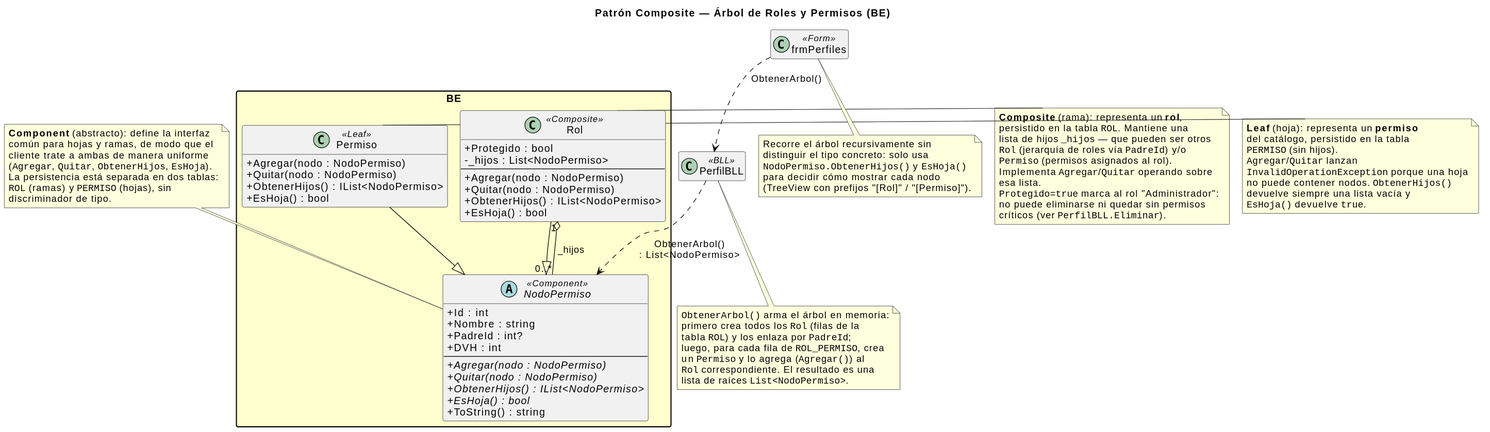
Above: DIAGRAMAS/DiagramaClases_Composite.svg in Jesifu/club-de-vinos-td (PlantUML), before the change.
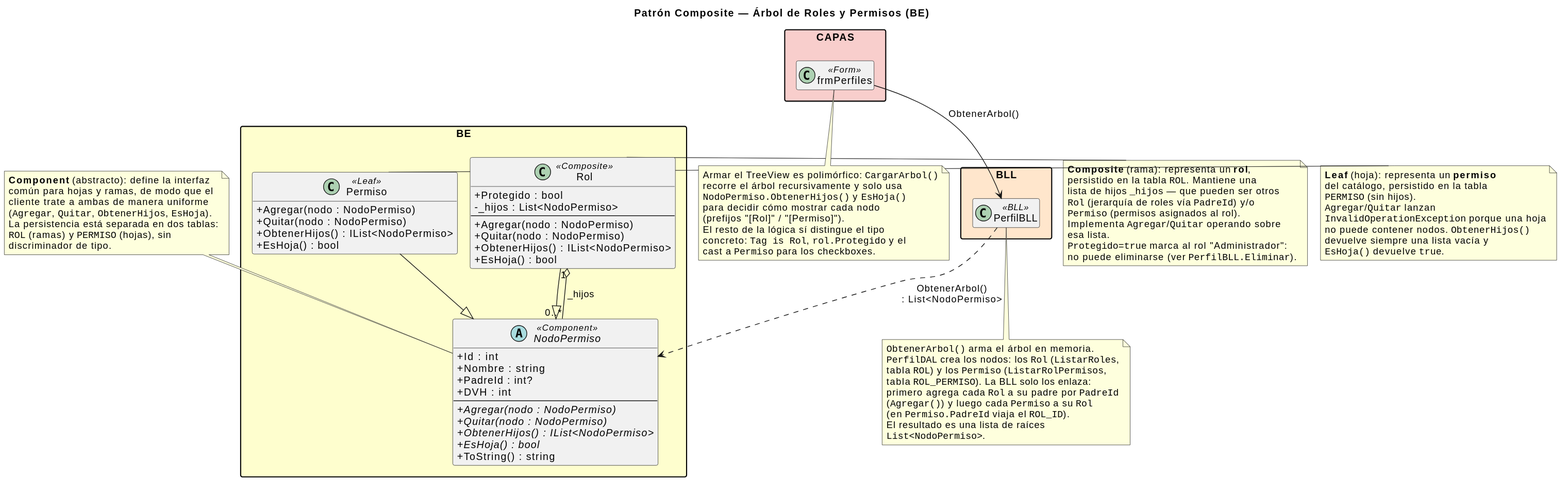
After the commit.

Change to the diagram source:
```diff
@@ -63,8 +63,7 @@
   Implementa ""Agregar""/""Quitar"" operando sobre
   esa lista.
   ""Protegido=true"" marca al rol "Administrador":
-  no puede eliminarse ni quedar sin permisos
-  críticos (ver ""PerfilBLL.Eliminar"").
+  no puede eliminarse (ver ""PerfilBLL.Eliminar"").
 end note
 
 note right of Permiso
@@ -79,27 +78,37 @@
 end note
 
 
-class PerfilBLL <<BLL>>
-class frmPerfiles <<Form>>
+package "BLL" #FFE6CC {
+  class PerfilBLL <<BLL>>
+}
+
+package "CAPAS" #F8CECC {
+  class frmPerfiles <<Form>>
+}
 
 PerfilBLL ..> NodoPermiso : ObtenerArbol()\n: List<NodoPermiso>
-frmPerfiles ..> PerfilBLL : ObtenerArbol()
+frmPerfiles --> PerfilBLL : ObtenerArbol()
 
 note bottom of PerfilBLL
-  ""ObtenerArbol()"" arma el árbol en memoria:
-  primero crea todos los ""Rol"" (filas de la
-  tabla ""ROL"") y los enlaza por ""PadreId"";
-  luego, para cada fila de ""ROL_PERMISO"", crea
-  un ""Permiso"" y lo agrega (""Agregar()"") al
-  ""Rol"" correspondiente. El resultado es una
-  lista de raíces ""List<NodoPermiso>"".
+  ""ObtenerArbol()"" arma el árbol en memoria.
+  ""PerfilDAL"" crea los nodos: los ""Rol"" (""ListarRoles"",
+  tabla ""ROL"") y los ""Permiso"" (""ListarRolPermisos"",
+  tabla ""ROL_PERMISO""). La BLL solo los enlaza:
+  primero agrega cada ""Rol"" a su padre por ""PadreId""
+  (""Agregar()"") y luego cada ""Permiso"" a su ""Rol""
+  (en ""Permiso.PadreId"" viaja el ""ROL_ID"").
+  El resultado es una lista de raíces
+  ""List<NodoPermiso>"".
 end note
 
 note bottom of frmPerfiles
-  Recorre el árbol recursivamente sin
-  distinguir el tipo concreto: solo usa
+  Armar el TreeView es polimórfico: ""CargarArbol()""
+  recorre el árbol recursivamente y solo usa
   ""NodoPermiso.ObtenerHijos()"" y ""EsHoja()""
   para decidir cómo mostrar cada nodo
-  (TreeView con prefijos "[Rol]" / "[Permiso]").
+  (prefijos "[Rol]" / "[Permiso]").
+  El resto de la lógica sí distingue el tipo
+  concreto: ""Tag is Rol"", ""rol.Protegido"" y el
+  cast a ""Permiso"" para los checkboxes.
 end note
 @enduml
```
